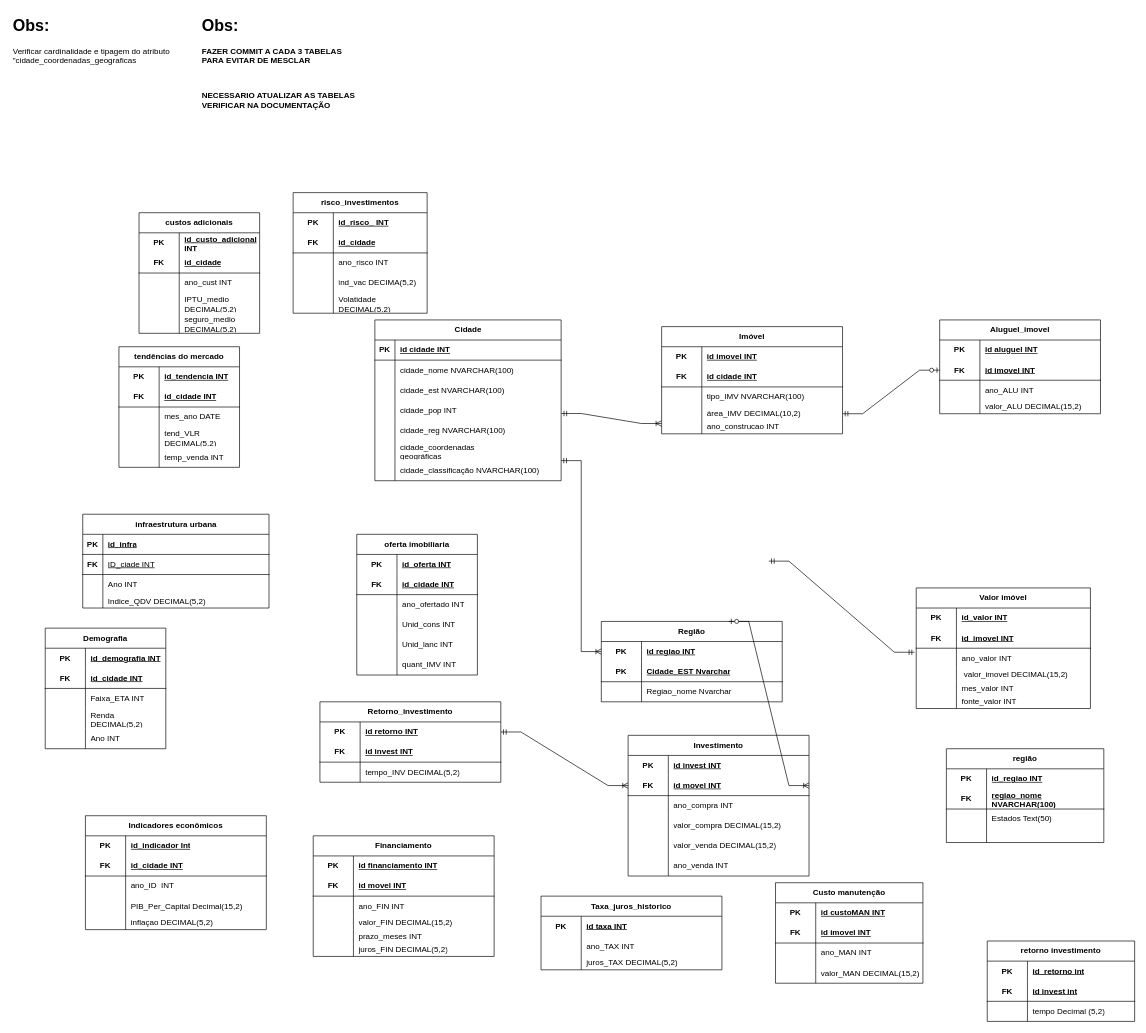
This is GroupBy.drawio from Guilherme22B/Group_by, a draw.io file, before an edit. Source tidied: cells renumbered, new cells numbered last; positions are measured from the earlier drawing's top-left corner, leaving out a move shared by most shapes. Both pictures are drawn from the tidied source at 67%, with x=0, y=0 at pixel (11, 11).
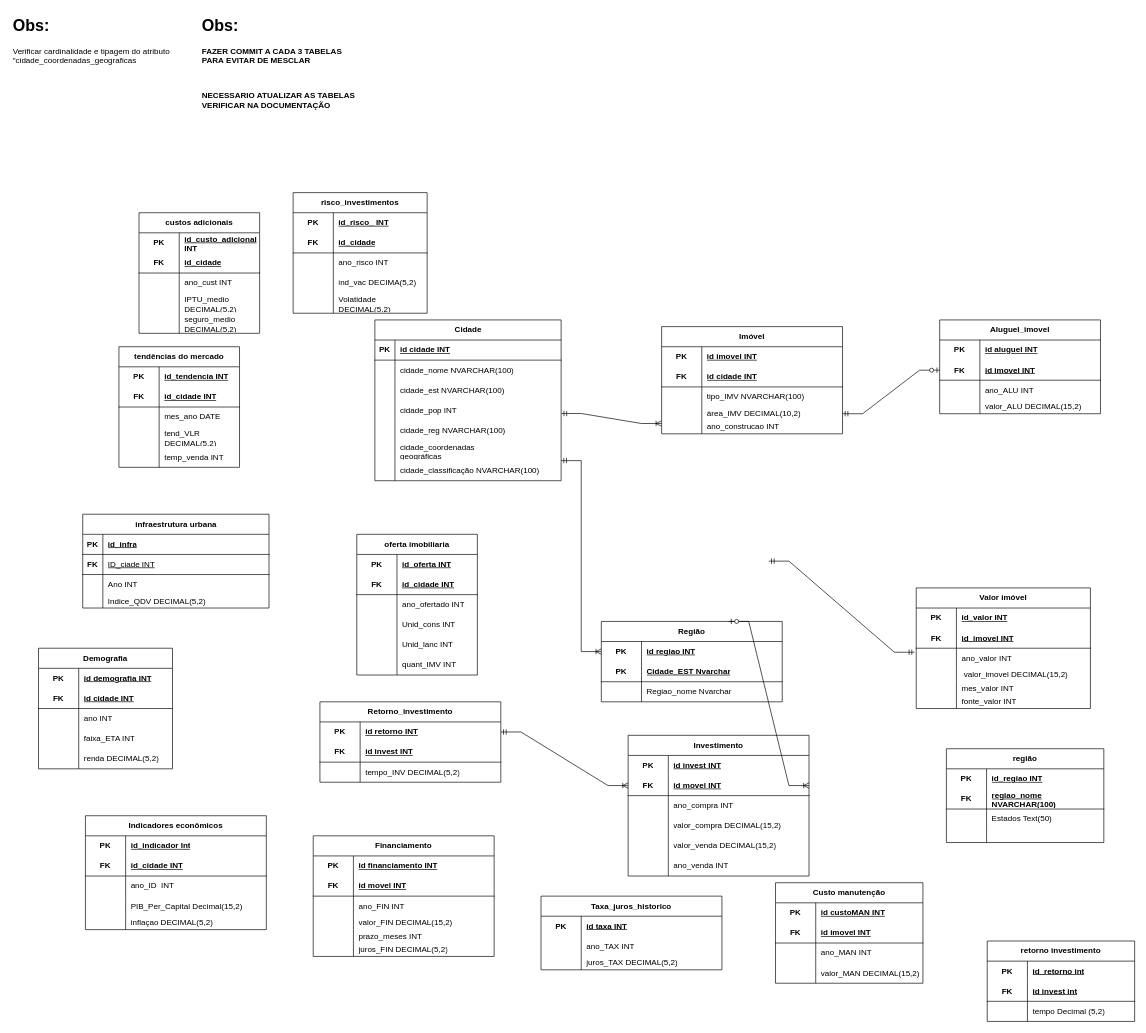
The same diagram, later.

Commit message:
Demogarfia corrigida

Diff of the diagram source:
```diff
@@
-    <mxCell id="214" value="Demografia" style="shape=table;startSize=30;childLayout=tableLayout;rowLines=0;fontStyle=1;align=center;html=1;whiteSpace=wrap;" parent="1" vertex="1">
-      <mxGeometry x="50" y="920" width="180" height="180" as="geometry" />
-    </mxCell>
-    <mxCell id="215" style="shape=tableRow;horizontal=0;startSize=0;swimlaneHead=0;swimlaneBody=0;fillColor=none;top=0;left=0;right=0;bottom=0;html=1;" parent="214" vertex="1">
-      <mxGeometry y="30" width="180" height="30" as="geometry" />
-    </mxCell>
-    <mxCell id="216" value="PK" style="shape=partialRectangle;fillColor=none;top=0;left=0;bottom=0;right=0;fontStyle=1;overflow=hidden;html=1;whiteSpace=wrap;" parent="215" vertex="1">
-      <mxGeometry width="60" height="30" as="geometry" />
-    </mxCell>
-    <mxCell id="217" value="id_demografia INT" style="shape=partialRectangle;fillColor=none;top=0;left=0;bottom=0;right=0;align=left;spacingLeft=6;fontStyle=5;overflow=hidden;html=1;whiteSpace=wrap;" parent="215" vertex="1">
-      <mxGeometry x="60" width="120" height="30" as="geometry" />
-    </mxCell>
-    <mxCell id="218" style="shape=tableRow;horizontal=0;startSize=0;swimlaneHead=0;swimlaneBody=0;fillColor=none;top=0;left=0;right=0;bottom=1;html=1;" parent="214" vertex="1">
-      <mxGeometry y="60" width="180" height="30" as="geometry" />
-    </mxCell>
-    <mxCell id="219" value="FK" style="shape=partialRectangle;fillColor=none;top=0;left=0;bottom=0;right=0;fontStyle=1;overflow=hidden;html=1;whiteSpace=wrap;" parent="218" vertex="1">
-      <mxGeometry width="60" height="30" as="geometry" />
-    </mxCell>
-    <mxCell id="220" value="id_cidade INT" style="shape=partialRectangle;fillColor=none;top=0;left=0;bottom=0;right=0;align=left;spacingLeft=6;fontStyle=5;overflow=hidden;html=1;whiteSpace=wrap;" parent="218" vertex="1">
-      <mxGeometry x="60" width="120" height="30" as="geometry" />
-    </mxCell>
-    <mxCell id="221" style="shape=tableRow;horizontal=0;startSize=0;swimlaneHead=0;swimlaneBody=0;fillColor=none;top=0;left=0;right=0;bottom=0;html=1;" parent="214" vertex="1">
-      <mxGeometry y="90" width="180" height="30" as="geometry" />
-    </mxCell>
-    <mxCell id="222" style="shape=partialRectangle;fillColor=none;top=0;left=0;bottom=0;right=0;overflow=hidden;html=1;whiteSpace=wrap;" parent="221" vertex="1">
-      <mxGeometry width="60" height="30" as="geometry" />
-    </mxCell>
-    <mxCell id="223" value="Faixa_ETA INT" style="shape=partialRectangle;fillColor=none;top=0;left=0;bottom=0;right=0;align=left;spacingLeft=6;overflow=hidden;html=1;whiteSpace=wrap;" parent="221" vertex="1">
-      <mxGeometry x="60" width="120" height="30" as="geometry" />
-    </mxCell>
-    <mxCell id="224" style="shape=tableRow;horizontal=0;startSize=0;swimlaneHead=0;swimlaneBody=0;fillColor=none;top=0;left=0;right=0;bottom=0;html=1;" parent="214" vertex="1">
-      <mxGeometry y="120" width="180" height="30" as="geometry" />
-    </mxCell>
-    <mxCell id="225" style="shape=partialRectangle;fillColor=none;top=0;left=0;bottom=0;right=0;overflow=hidden;html=1;whiteSpace=wrap;" parent="224" vertex="1">
-      <mxGeometry width="60" height="30" as="geometry" />
-    </mxCell>
-    <mxCell id="226" value="Renda DECIMAL(5,2)" style="shape=partialRectangle;fillColor=none;top=0;left=0;bottom=0;right=0;align=left;spacingLeft=6;overflow=hidden;html=1;whiteSpace=wrap;" parent="224" vertex="1">
-      <mxGeometry x="60" width="120" height="30" as="geometry" />
-    </mxCell>
-    <mxCell id="227" style="shape=tableRow;horizontal=0;startSize=0;swimlaneHead=0;swimlaneBody=0;fillColor=none;top=0;left=0;right=0;bottom=0;html=1;" parent="214" vertex="1">
-      <mxGeometry y="150" width="180" height="30" as="geometry" />
-    </mxCell>
-    <mxCell id="228" style="shape=partialRectangle;fillColor=none;top=0;left=0;bottom=0;right=0;overflow=hidden;html=1;whiteSpace=wrap;" parent="227" vertex="1">
-      <mxGeometry width="60" height="30" as="geometry" />
-    </mxCell>
-    <mxCell id="229" value="Ano INT" style="shape=partialRectangle;fillColor=none;top=0;left=0;bottom=0;right=0;align=left;spacingLeft=6;overflow=hidden;html=1;whiteSpace=wrap;" parent="227" vertex="1">
-      <mxGeometry x="60" width="120" height="30" as="geometry" />
-    </mxCell>
@@
+    <mxCell id="214" value="Demografia" style="shape=table;startSize=30;childLayout=tableLayout;rowLines=0;fontStyle=1;align=center;html=1;whiteSpace=wrap;" parent="1" vertex="1">
+      <mxGeometry x="40" y="950" width="200" height="180" as="geometry" />
+    </mxCell>
+    <mxCell id="298" style="shape=tableRow;horizontal=0;startSize=0;swimlaneHead=0;swimlaneBody=0;fillColor=none;top=0;left=0;right=0;bottom=0;html=1;" parent="214" vertex="1">
+      <mxGeometry y="30" width="200" height="30" as="geometry" />
+    </mxCell>
+    <mxCell id="216" value="PK" style="shape=partialRectangle;fillColor=none;top=0;left=0;bottom=0;right=0;fontStyle=1;overflow=hidden;html=1;whiteSpace=wrap;" parent="298" vertex="1">
+      <mxGeometry width="60" height="30" as="geometry" />
+    </mxCell>
+    <mxCell id="299" value="id demografia INT" style="shape=partialRectangle;fillColor=none;top=0;left=0;bottom=0;right=0;align=left;spacingLeft=6;fontStyle=5;overflow=hidden;html=1;whiteSpace=wrap;" parent="298" vertex="1">
+      <mxGeometry x="60" width="140" height="30" as="geometry" />
+    </mxCell>
+    <mxCell id="300" style="shape=tableRow;horizontal=0;startSize=0;swimlaneHead=0;swimlaneBody=0;fillColor=none;top=0;left=0;right=0;bottom=1;html=1;" parent="214" vertex="1">
+      <mxGeometry y="60" width="200" height="30" as="geometry" />
+    </mxCell>
+    <mxCell id="219" value="FK" style="shape=partialRectangle;fillColor=none;top=0;left=0;bottom=0;right=0;fontStyle=1;overflow=hidden;html=1;whiteSpace=wrap;" parent="300" vertex="1">
+      <mxGeometry width="60" height="30" as="geometry" />
+    </mxCell>
+    <mxCell id="301" value="id cidade INT" style="shape=partialRectangle;fillColor=none;top=0;left=0;bottom=0;right=0;align=left;spacingLeft=6;fontStyle=5;overflow=hidden;html=1;whiteSpace=wrap;" parent="300" vertex="1">
+      <mxGeometry x="60" width="140" height="30" as="geometry" />
+    </mxCell>
+    <mxCell id="302" style="shape=tableRow;horizontal=0;startSize=0;swimlaneHead=0;swimlaneBody=0;fillColor=none;top=0;left=0;right=0;bottom=0;html=1;" parent="214" vertex="1">
+      <mxGeometry y="90" width="200" height="30" as="geometry" />
+    </mxCell>
+    <mxCell id="303" style="shape=partialRectangle;fillColor=none;top=0;left=0;bottom=0;right=0;overflow=hidden;html=1;whiteSpace=wrap;" parent="302" vertex="1">
+      <mxGeometry width="60" height="30" as="geometry" />
+    </mxCell>
+    <mxCell id="304" value="ano INT" style="shape=partialRectangle;fillColor=none;top=0;left=0;bottom=0;right=0;align=left;spacingLeft=6;overflow=hidden;html=1;whiteSpace=wrap;" parent="302" vertex="1">
+      <mxGeometry x="60" width="140" height="30" as="geometry" />
+    </mxCell>
+    <mxCell id="305" style="shape=tableRow;horizontal=0;startSize=0;swimlaneHead=0;swimlaneBody=0;fillColor=none;top=0;left=0;right=0;bottom=0;html=1;" parent="214" vertex="1">
+      <mxGeometry y="120" width="200" height="30" as="geometry" />
+    </mxCell>
+    <mxCell id="306" style="shape=partialRectangle;fillColor=none;top=0;left=0;bottom=0;right=0;overflow=hidden;html=1;whiteSpace=wrap;" parent="305" vertex="1">
+      <mxGeometry width="60" height="30" as="geometry" />
+    </mxCell>
+    <mxCell id="307" value="faixa_ETA INT" style="shape=partialRectangle;fillColor=none;top=0;left=0;bottom=0;right=0;align=left;spacingLeft=6;overflow=hidden;html=1;whiteSpace=wrap;" parent="305" vertex="1">
+      <mxGeometry x="60" width="140" height="30" as="geometry" />
+    </mxCell>
+    <mxCell id="308" style="shape=tableRow;horizontal=0;startSize=0;swimlaneHead=0;swimlaneBody=0;fillColor=none;top=0;left=0;right=0;bottom=0;html=1;" parent="214" vertex="1">
+      <mxGeometry y="150" width="200" height="30" as="geometry" />
+    </mxCell>
+    <mxCell id="309" style="shape=partialRectangle;fillColor=none;top=0;left=0;bottom=0;right=0;overflow=hidden;html=1;whiteSpace=wrap;" parent="308" vertex="1">
+      <mxGeometry width="60" height="30" as="geometry" />
+    </mxCell>
+    <mxCell id="310" value="renda DECIMAL(5,2)" style="shape=partialRectangle;fillColor=none;top=0;left=0;bottom=0;right=0;align=left;spacingLeft=6;overflow=hidden;html=1;whiteSpace=wrap;" parent="308" vertex="1">
+      <mxGeometry x="60" width="140" height="30" as="geometry" />
+    </mxCell>
```
